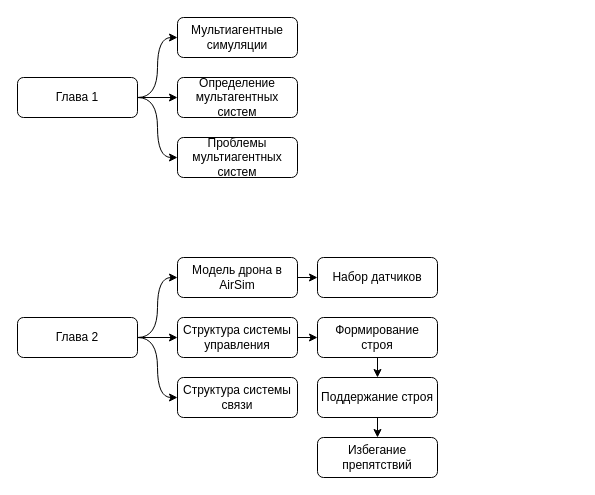
Before: structure.drawio in siberfrost/swarm-control-system, a draw.io diagram. Source tidied: cells renumbered, new cells numbered last; positions are measured from the earlier drawing's top-left corner, leaving out a move shared by most shapes. Both pictures are drawn from the tidied source at 100%, with x=0, y=0 at pixel (17, 17).
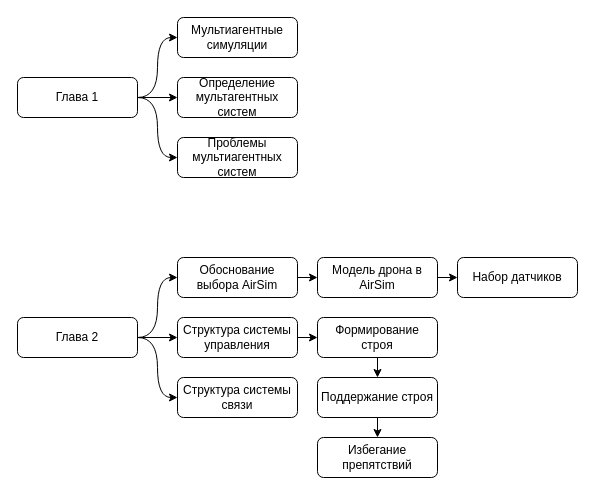
The same page after the edit.

The edit, as a diff of the source:
```diff
@@
     <mxCell id="20" value="Набор датчиков" style="rounded=1;whiteSpace=wrap;html=1;" parent="1" vertex="1">
-      <mxGeometry x="300" y="240" width="120" height="40" as="geometry" />
+      <mxGeometry x="440" y="240" width="120" height="40" as="geometry" />
     </mxCell>
-    <mxCell id="21" style="edgeStyle=orthogonalEdgeStyle;rounded=0;jettySize=auto;html=1;exitX=1;exitY=0.5;exitDx=0;exitDy=0;entryX=0;entryY=0.5;entryDx=0;entryDy=0;" parent="1" edge="1" source="22" target="20">
-      <mxGeometry relative="1" as="geometry" />
-    </mxCell>
+    <mxCell id="24" style="edgeStyle=orthogonalEdgeStyle;rounded=0;jettySize=auto;html=1;exitX=1;exitY=0.5;exitDx=0;exitDy=0;entryX=0;entryY=0.5;entryDx=0;entryDy=0;" parent="1" edge="1" source="22" target="26">
+      <mxGeometry relative="1" as="geometry" />
+    </mxCell>
-    <mxCell id="22" value="Модель дрона в AirSim" style="rounded=1;whiteSpace=wrap;html=1;" parent="1" vertex="1">
+    <mxCell id="22" value="Обоснование выбора AirSim" style="rounded=1;whiteSpace=wrap;html=1;" parent="1" vertex="1">
       <mxGeometry x="160" y="240" width="120" height="40" as="geometry" />
     </mxCell>
@@
+    <mxCell id="25" style="edgeStyle=orthogonalEdgeStyle;rounded=0;jettySize=auto;html=1;exitX=1;exitY=0.5;exitDx=0;exitDy=0;entryX=0;entryY=0.5;entryDx=0;entryDy=0;" parent="1" edge="1" source="26" target="20">
+      <mxGeometry relative="1" as="geometry" />
+    </mxCell>
+    <mxCell id="26" value="Модель дрона в AirSim" style="rounded=1;whiteSpace=wrap;html=1;" parent="1" vertex="1">
+      <mxGeometry x="300" y="240" width="120" height="40" as="geometry" />
+    </mxCell>
```
